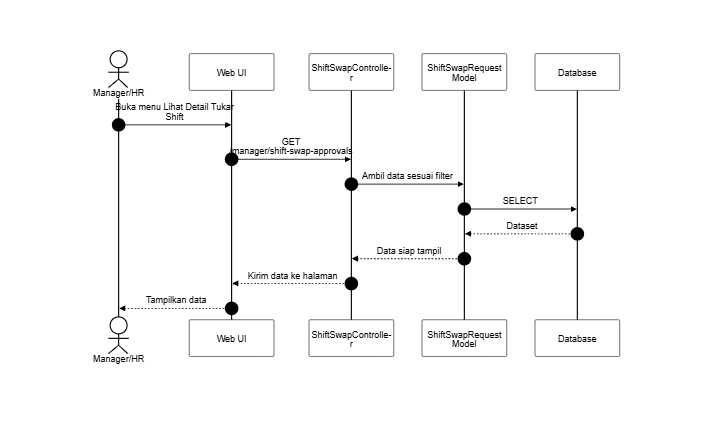
SulaimanHafi23/SimpegRSHDI keeps this Mermaid diagram as docs/SequenceDiagram/PNG_Transparent/PersetujuanTukarShift-Lihat.png. Above is the earlier version. Its source is kept beside it as docs/SequenceDiagram/PersetujuanTukarShift-Lihat.mermaid.
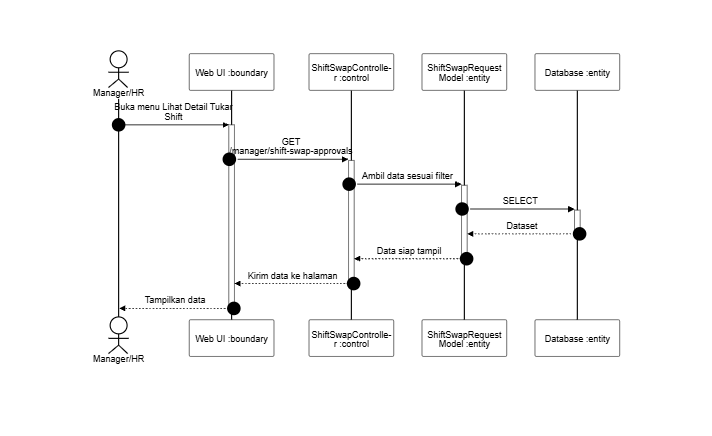
The same file after the commit.

The edit, as a diff of the source:
```diff
@@ -2,16 +2,16 @@
 sequenceDiagram
     autonumber
     actor A as Manager/HR
-    participant UI as Web UI
-    participant C as ShiftSwapController
-    participant M as ShiftSwapRequest Model
-    participant DB as Database
+    participant UI as Web UI :boundary
+    participant C as ShiftSwapController :control
+    participant M as ShiftSwapRequest Model :entity
+    participant DB as Database :entity
 
-    A->>UI: Buka menu Lihat Detail Tukar Shift
-    UI->>C: GET /manager/shift-swap-approvals
-    C->>M: Ambil data sesuai filter
-    M->>DB: SELECT
-    DB-->>M: Dataset
-    M-->>C: Data siap tampil
-    C-->>UI: Kirim data ke halaman
-    UI-->>A: Tampilkan data
+    A->>+UI: Buka menu Lihat Detail Tukar Shift
+    UI->>+C: GET /manager/shift-swap-approvals
+    C->>+M: Ambil data sesuai filter
+    M->>+DB: SELECT
+    DB-->>-M: Dataset
+    M-->>-C: Data siap tampil
+    C-->>-UI: Kirim data ke halaman
+    UI-->>-A: Tampilkan data
```
